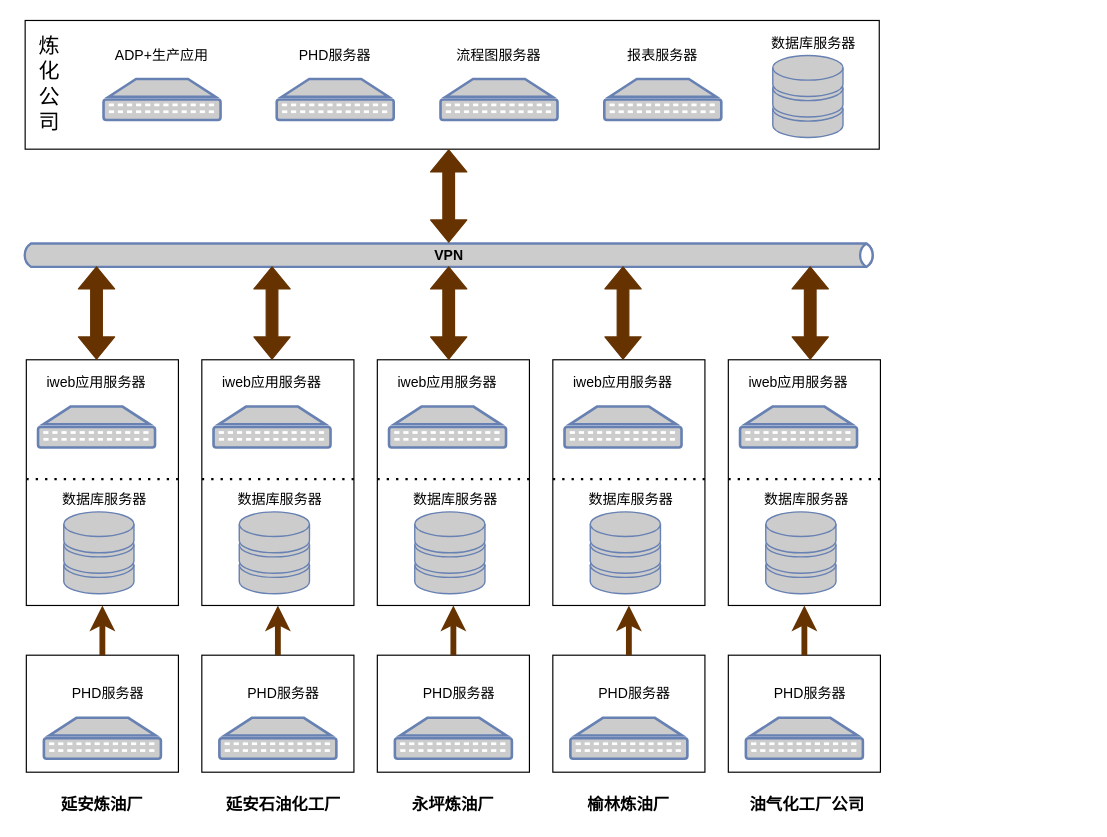
The draw.io diagram supfusion/延长石油/延长石油炼化公司.drawio in publisherfk/diagrams, before the edit. Source tidied: cells renumbered, new cells numbered last; positions are measured from the earlier drawing's top-left corner, leaving out a move shared by most shapes. Both pictures are drawn from the tidied source at 117%, with x=0, y=0 at pixel (21, 20).
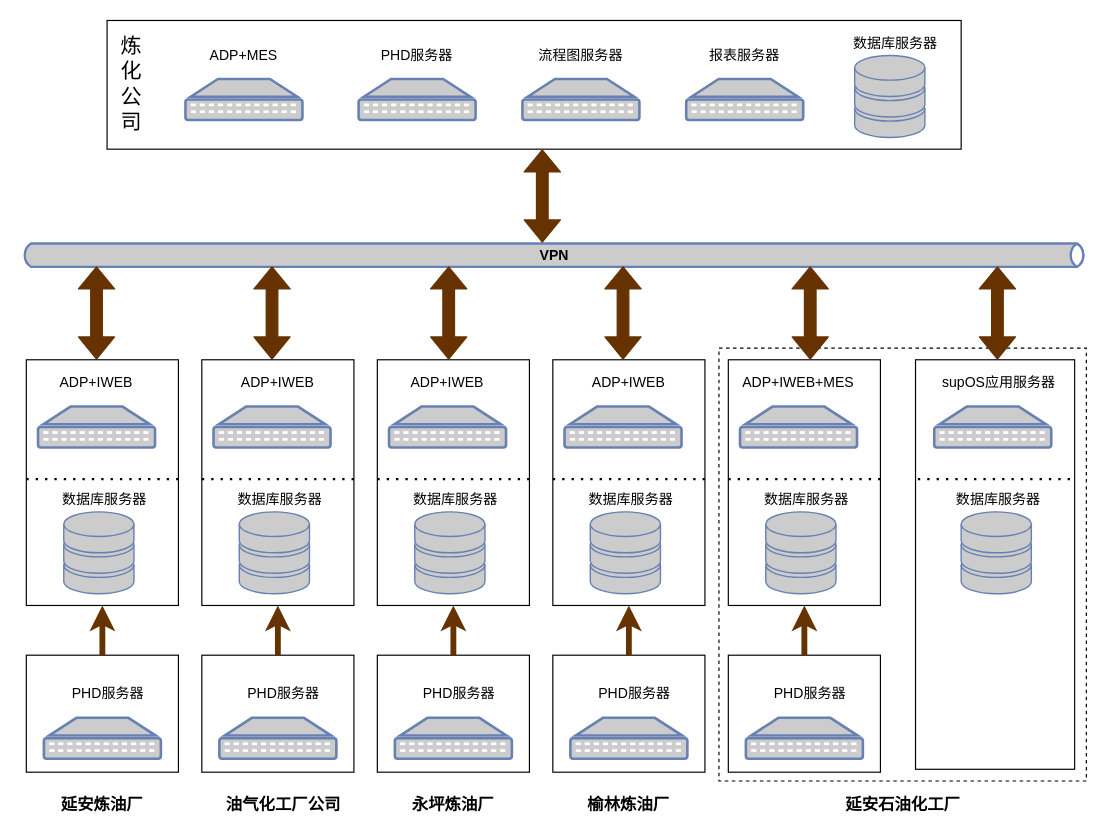
After the change.

The edit, as a diff of the source:
```diff
@@
+    <mxCell id="91" style="rounded=0;whiteSpace=wrap;html=1;fillColor=none;dashed=1;" parent="1" vertex="1">
+      <mxGeometry x="596" y="280" width="314" height="370" as="geometry" />
+    </mxCell>
@@
     <mxCell id="3" style="rounded=0;whiteSpace=wrap;html=1;fillColor=none;" parent="1" vertex="1">
-      <mxGeometry x="3" width="730" height="110" as="geometry" />
+      <mxGeometry x="73" width="730" height="110" as="geometry" />
     </mxCell>
     <mxCell id="4" style="fontColor=#0066CC;verticalAlign=top;verticalLabelPosition=bottom;labelPosition=center;align=center;html=1;fillColor=#CCCCCC;strokeColor=#6881B3;gradientColor=none;gradientDirection=north;strokeWidth=2;shape=mxgraph.networks.patch_panel;" parent="1" vertex="1">
-      <mxGeometry x="70" y="50" width="100" height="35" as="geometry" />
+      <mxGeometry x="140" y="50" width="100" height="35" as="geometry" />
     </mxCell>
-    <mxCell id="5" value="ADP+生产应用" style="text;html=1;strokeColor=none;fillColor=none;align=center;verticalAlign=middle;whiteSpace=wrap;rounded=0;" parent="1" vertex="1">
-      <mxGeometry x="75" y="20" width="90" height="20" as="geometry" />
+    <mxCell id="5" value="ADP+MES" style="text;html=1;strokeColor=none;fillColor=none;align=center;verticalAlign=middle;whiteSpace=wrap;rounded=0;" parent="1" vertex="1">
+      <mxGeometry x="145" y="20" width="90" height="20" as="geometry" />
     </mxCell>
     <mxCell id="6" style="fontColor=#0066CC;verticalAlign=top;verticalLabelPosition=bottom;labelPosition=center;align=center;html=1;fillColor=#CCCCCC;strokeColor=#6881B3;gradientColor=none;gradientDirection=north;strokeWidth=2;shape=mxgraph.networks.storage;" parent="1" vertex="1">
-      <mxGeometry x="642" y="30" width="60" height="70" as="geometry" />
+      <mxGeometry x="712" y="30" width="60" height="70" as="geometry" />
     </mxCell>
     <mxCell id="7" value="数据库服务器" style="text;html=1;strokeColor=none;fillColor=none;align=center;verticalAlign=middle;whiteSpace=wrap;rounded=0;" parent="1" vertex="1">
-      <mxGeometry x="632" y="10" width="90" height="20" as="geometry" />
+      <mxGeometry x="702" y="10" width="90" height="20" as="geometry" />
     </mxCell>
     <mxCell id="8" style="fontColor=#0066CC;verticalAlign=top;verticalLabelPosition=bottom;labelPosition=center;align=center;html=1;fillColor=#CCCCCC;strokeColor=#6881B3;gradientColor=none;gradientDirection=north;strokeWidth=2;shape=mxgraph.networks.patch_panel;" parent="1" vertex="1">
-      <mxGeometry x="218" y="50" width="100" height="35" as="geometry" />
+      <mxGeometry x="288" y="50" width="100" height="35" as="geometry" />
     </mxCell>
     <mxCell id="9" value="PHD服务器" style="text;html=1;strokeColor=none;fillColor=none;align=center;verticalAlign=middle;whiteSpace=wrap;rounded=0;" parent="1" vertex="1">
-      <mxGeometry x="223" y="20" width="90" height="20" as="geometry" />
+      <mxGeometry x="293" y="20" width="90" height="20" as="geometry" />
     </mxCell>
     <mxCell id="10" value="&lt;font style=&quot;font-size: 18px&quot;&gt;炼&lt;br&gt;化&lt;br&gt;公&lt;br&gt;司&lt;/font&gt;" style="text;html=1;strokeColor=none;fillColor=none;align=center;verticalAlign=middle;whiteSpace=wrap;rounded=0;" parent="1" vertex="1">
-      <mxGeometry x="4" y="5" width="40" height="100" as="geometry" />
+      <mxGeometry x="74" y="5" width="40" height="100" as="geometry" />
     </mxCell>
     <mxCell id="11" style="fontColor=#0066CC;verticalAlign=top;verticalLabelPosition=bottom;labelPosition=center;align=center;html=1;fillColor=#CCCCCC;strokeColor=#6881B3;gradientColor=none;gradientDirection=north;strokeWidth=2;shape=mxgraph.networks.patch_panel;" parent="1" vertex="1">
-      <mxGeometry x="358" y="50" width="100" height="35" as="geometry" />
+      <mxGeometry x="428" y="50" width="100" height="35" as="geometry" />
     </mxCell>
     <mxCell id="12" value="流程图服务器" style="text;html=1;strokeColor=none;fillColor=none;align=center;verticalAlign=middle;whiteSpace=wrap;rounded=0;" parent="1" vertex="1">
-      <mxGeometry x="363" y="20" width="90" height="20" as="geometry" />
+      <mxGeometry x="433" y="20" width="90" height="20" as="geometry" />
     </mxCell>
     <mxCell id="13" style="fontColor=#0066CC;verticalAlign=top;verticalLabelPosition=bottom;labelPosition=center;align=center;html=1;fillColor=#CCCCCC;strokeColor=#6881B3;gradientColor=none;gradientDirection=north;strokeWidth=2;shape=mxgraph.networks.patch_panel;" parent="1" vertex="1">
-      <mxGeometry x="498" y="50" width="100" height="35" as="geometry" />
+      <mxGeometry x="568" y="50" width="100" height="35" as="geometry" />
     </mxCell>
     <mxCell id="14" value="报表服务器" style="text;html=1;strokeColor=none;fillColor=none;align=center;verticalAlign=middle;whiteSpace=wrap;rounded=0;" parent="1" vertex="1">
-      <mxGeometry x="503" y="20" width="90" height="20" as="geometry" />
+      <mxGeometry x="573" y="20" width="90" height="20" as="geometry" />
     </mxCell>
     <mxCell id="15" value="&lt;font color=&quot;#000000&quot;&gt;&lt;b&gt;VPN&lt;/b&gt;&lt;/font&gt;" style="html=1;fillColor=#CCCCCC;strokeColor=#6881B3;gradientColor=none;gradientDirection=north;strokeWidth=2;shape=mxgraph.networks.bus;gradientColor=none;gradientDirection=north;fontColor=#ffffff;perimeter=backbonePerimeter;backboneSize=20;" parent="1" vertex="1">
-      <mxGeometry y="190" width="730" height="21.2" as="geometry" />
+      <mxGeometry y="190" width="910" height="21.2" as="geometry" />
     </mxCell>
@@
-    <mxCell id="17" value="iweb应用服务器" style="text;html=1;strokeColor=none;fillColor=none;align=center;verticalAlign=middle;whiteSpace=wrap;rounded=0;" parent="1" vertex="1">
+    <mxCell id="17" value="ADP+IWEB" style="text;html=1;strokeColor=none;fillColor=none;align=center;verticalAlign=middle;whiteSpace=wrap;rounded=0;" parent="1" vertex="1">
       <mxGeometry x="19" y="300" width="90" height="20" as="geometry" />
     </mxCell>
@@
-    <mxCell id="31" value="iweb应用服务器" style="text;html=1;strokeColor=none;fillColor=none;align=center;verticalAlign=middle;whiteSpace=wrap;rounded=0;" parent="1" vertex="1">
-      <mxGeometry x="169" y="300" width="90" height="20" as="geometry" />
-    </mxCell>
@@
-    <mxCell id="42" value="&lt;b&gt;&lt;font style=&quot;font-size: 14px&quot;&gt;延安石油化工厂&lt;/font&gt;&lt;/b&gt;" style="text;html=1;strokeColor=none;fillColor=none;align=center;verticalAlign=middle;whiteSpace=wrap;rounded=0;" parent="1" vertex="1">
+    <mxCell id="42" value="&lt;b&gt;&lt;font style=&quot;font-size: 14px&quot;&gt;油气化工厂公司&lt;/font&gt;&lt;/b&gt;" style="text;html=1;strokeColor=none;fillColor=none;align=center;verticalAlign=middle;whiteSpace=wrap;rounded=0;" parent="1" vertex="1">
       <mxGeometry x="174" y="660" width="100" height="20" as="geometry" />
     </mxCell>
@@
-    <mxCell id="45" value="iweb应用服务器" style="text;html=1;strokeColor=none;fillColor=none;align=center;verticalAlign=middle;whiteSpace=wrap;rounded=0;" parent="1" vertex="1">
-      <mxGeometry x="319" y="300" width="90" height="20" as="geometry" />
-    </mxCell>
@@
-    <mxCell id="59" value="iweb应用服务器" style="text;html=1;strokeColor=none;fillColor=none;align=center;verticalAlign=middle;whiteSpace=wrap;rounded=0;" parent="1" vertex="1">
-      <mxGeometry x="469" y="300" width="90" height="20" as="geometry" />
-    </mxCell>
@@
-    <mxCell id="73" value="iweb应用服务器" style="text;html=1;strokeColor=none;fillColor=none;align=center;verticalAlign=middle;whiteSpace=wrap;rounded=0;" parent="1" vertex="1">
-      <mxGeometry x="619" y="300" width="90" height="20" as="geometry" />
-    </mxCell>
@@
-    <mxCell id="84" value="&lt;b&gt;&lt;font style=&quot;font-size: 14px&quot;&gt;油气化工厂公司&lt;/font&gt;&lt;/b&gt;" style="text;html=1;strokeColor=none;fillColor=none;align=center;verticalAlign=middle;whiteSpace=wrap;rounded=0;" parent="1" vertex="1">
-      <mxGeometry x="619" y="660" width="105" height="20" as="geometry" />
+    <mxCell id="84" value="&lt;b&gt;&lt;font style=&quot;font-size: 14px&quot;&gt;延安石油化工厂&lt;/font&gt;&lt;/b&gt;" style="text;html=1;strokeColor=none;fillColor=none;align=center;verticalAlign=middle;whiteSpace=wrap;rounded=0;" parent="1" vertex="1">
+      <mxGeometry x="700.5" y="660" width="105" height="20" as="geometry" />
     </mxCell>
@@
     <mxCell id="90" style="shape=flexArrow;endArrow=classic;startArrow=classic;html=1;entryX=0.5;entryY=1;entryDx=0;entryDy=0;strokeColor=#663300;fillColor=#663300;" parent="1" edge="1">
       <mxGeometry relative="1" as="geometry">
-        <mxPoint x="365" y="190" as="sourcePoint" />
-        <mxPoint x="365" y="110" as="targetPoint" />
+        <mxPoint x="445" y="190" as="sourcePoint" />
+        <mxPoint x="445" y="110" as="targetPoint" />
       </mxGeometry>
     </mxCell>
+    <mxCell id="92" style="rounded=0;whiteSpace=wrap;html=1;fillColor=none;" parent="1" vertex="1">
+      <mxGeometry x="764" y="290" width="136" height="350" as="geometry" />
+    </mxCell>
+    <mxCell id="93" style="fontColor=#0066CC;verticalAlign=top;verticalLabelPosition=bottom;labelPosition=center;align=center;html=1;fillColor=#CCCCCC;strokeColor=#6881B3;gradientColor=none;gradientDirection=north;strokeWidth=2;shape=mxgraph.networks.patch_panel;" parent="1" vertex="1">
+      <mxGeometry x="780" y="330" width="100" height="35" as="geometry" />
+    </mxCell>
+    <mxCell id="94" value="supOS应用服务器" style="text;html=1;strokeColor=none;fillColor=none;align=center;verticalAlign=middle;whiteSpace=wrap;rounded=0;" parent="1" vertex="1">
+      <mxGeometry x="785" y="300" width="101" height="20" as="geometry" />
+    </mxCell>
+    <mxCell id="95" style="fontColor=#0066CC;verticalAlign=top;verticalLabelPosition=bottom;labelPosition=center;align=center;html=1;fillColor=#CCCCCC;strokeColor=#6881B3;gradientColor=none;gradientDirection=north;strokeWidth=2;shape=mxgraph.networks.storage;" parent="1" vertex="1">
+      <mxGeometry x="803" y="420" width="60" height="70" as="geometry" />
+    </mxCell>
+    <mxCell id="96" value="数据库服务器" style="text;html=1;strokeColor=none;fillColor=none;align=center;verticalAlign=middle;whiteSpace=wrap;rounded=0;" parent="1" vertex="1">
+      <mxGeometry x="790" y="400" width="90" height="20" as="geometry" />
+    </mxCell>
+    <mxCell id="97" style="endArrow=none;dashed=1;html=1;dashPattern=1 3;strokeWidth=2;fillColor=#663300;" parent="1" edge="1">
+      <mxGeometry relative="1" as="geometry">
+        <mxPoint x="766" y="392" as="sourcePoint" />
+        <mxPoint x="896" y="392" as="targetPoint" />
+      </mxGeometry>
+    </mxCell>
+    <mxCell id="98" style="shape=flexArrow;endArrow=classic;startArrow=classic;html=1;entryX=0.5;entryY=1;entryDx=0;entryDy=0;strokeColor=#663300;fillColor=#663300;" parent="1" edge="1">
+      <mxGeometry relative="1" as="geometry">
+        <mxPoint x="834" y="290" as="sourcePoint" />
+        <mxPoint x="834" y="210" as="targetPoint" />
+      </mxGeometry>
+    </mxCell>
+    <mxCell id="99" value="ADP+IWEB" style="text;html=1;strokeColor=none;fillColor=none;align=center;verticalAlign=middle;whiteSpace=wrap;rounded=0;" parent="1" vertex="1">
+      <mxGeometry x="174" y="300" width="90" height="20" as="geometry" />
+    </mxCell>
+    <mxCell id="100" value="ADP+IWEB" style="text;html=1;strokeColor=none;fillColor=none;align=center;verticalAlign=middle;whiteSpace=wrap;rounded=0;" parent="1" vertex="1">
+      <mxGeometry x="319" y="300" width="90" height="20" as="geometry" />
+    </mxCell>
+    <mxCell id="101" value="ADP+IWEB" style="text;html=1;strokeColor=none;fillColor=none;align=center;verticalAlign=middle;whiteSpace=wrap;rounded=0;" parent="1" vertex="1">
+      <mxGeometry x="474" y="300" width="90" height="20" as="geometry" />
+    </mxCell>
+    <mxCell id="102" value="ADP+IWEB+MES" style="text;html=1;strokeColor=none;fillColor=none;align=center;verticalAlign=middle;whiteSpace=wrap;rounded=0;" parent="1" vertex="1">
+      <mxGeometry x="619" y="300" width="90" height="20" as="geometry" />
+    </mxCell>
```
